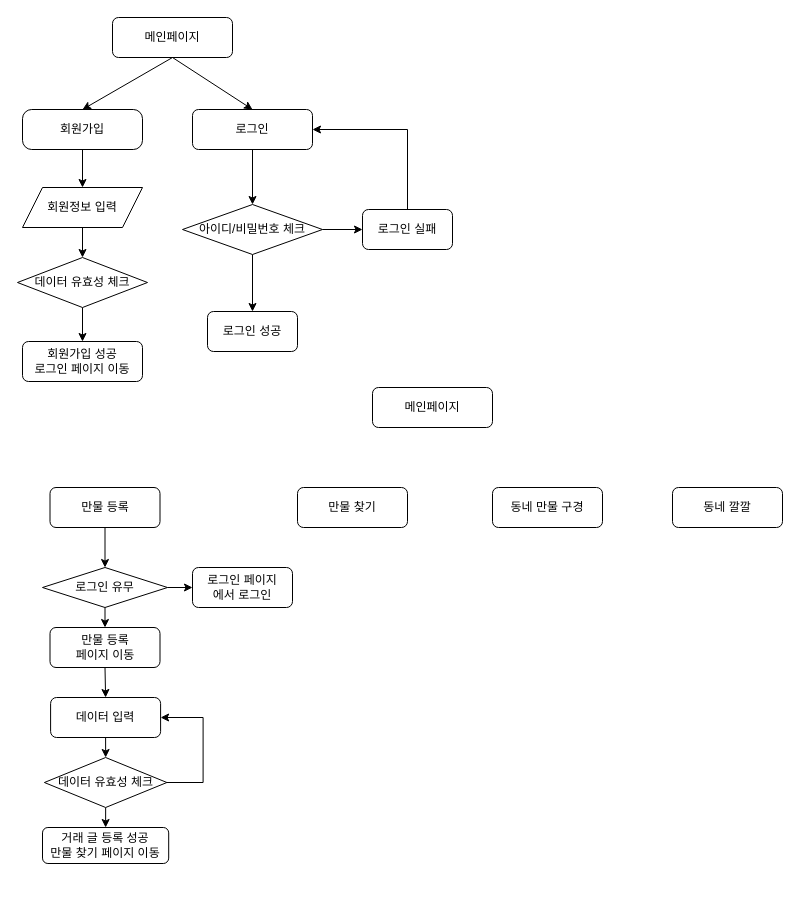
Before: Untitled Diagram.drawio in HeaJunjju/test, a draw.io diagram. Source tidied: cells renumbered, new cells numbered last; positions are measured from the earlier drawing's top-left corner, leaving out a move shared by most shapes. Both pictures are drawn from the tidied source at 100%, with x=0, y=0 at pixel (17, 17).
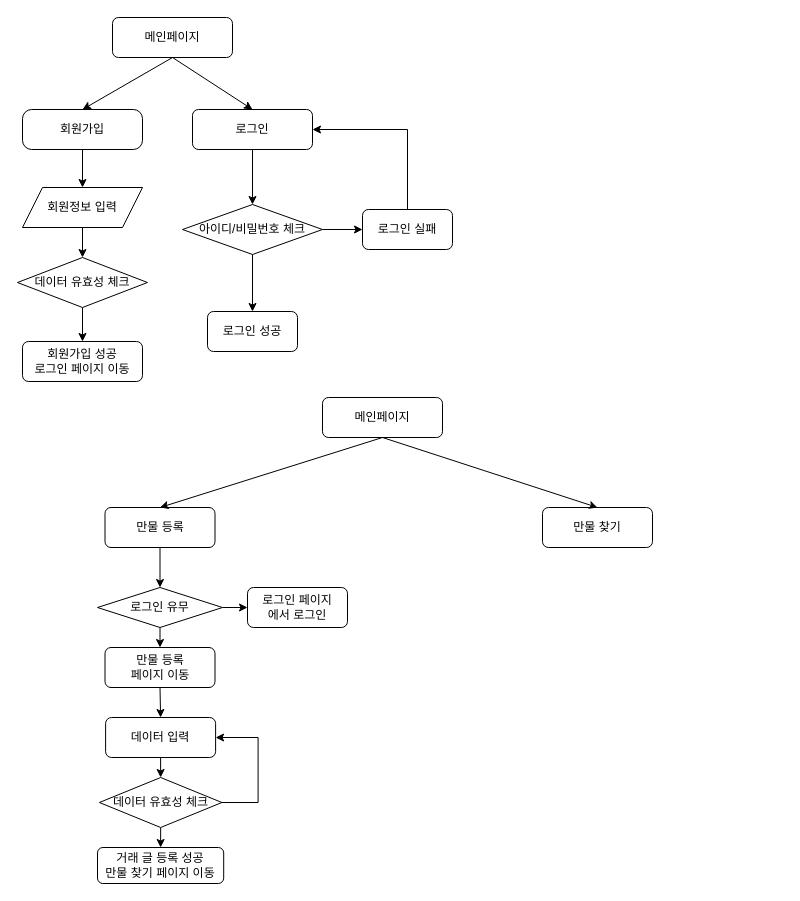
Above is the later version.

What changed in the source:
```diff
@@
     <mxCell id="21" value="만물 등록" style="rounded=1;whiteSpace=wrap;html=1;" parent="1" vertex="1">
-      <mxGeometry x="32.5" y="470" width="110" height="40" as="geometry" />
+      <mxGeometry x="87.5" y="490" width="110" height="40" as="geometry" />
     </mxCell>
     <mxCell id="22" value="만물 찾기" style="rounded=1;whiteSpace=wrap;html=1;" parent="1" vertex="1">
-      <mxGeometry x="280" y="470" width="110" height="40" as="geometry" />
+      <mxGeometry x="525" y="490" width="110" height="40" as="geometry" />
     </mxCell>
+    <mxCell id="38" style="edgeStyle=none;rounded=0;jettySize=auto;html=1;exitX=0.5;exitY=1;exitDx=0;exitDy=0;entryX=0.5;entryY=0;entryDx=0;entryDy=0;" parent="1" edge="1" source="23" target="21">
+      <mxGeometry relative="1" as="geometry" />
+    </mxCell>
+    <mxCell id="39" style="edgeStyle=none;rounded=0;jettySize=auto;html=1;entryX=0.5;entryY=0;entryDx=0;entryDy=0;exitX=0.5;exitY=1;exitDx=0;exitDy=0;" parent="1" edge="1" source="23" target="22">
+      <mxGeometry relative="1" as="geometry" />
+    </mxCell>
     <mxCell id="23" value="메인페이지" style="rounded=1;whiteSpace=wrap;html=1;fontSize=12;glass=0;strokeWidth=1;shadow=0;" parent="1" vertex="1">
-      <mxGeometry x="355" y="370" width="120" height="40" as="geometry" />
+      <mxGeometry x="305" y="380" width="120" height="40" as="geometry" />
     </mxCell>
-    <mxCell id="24" value="동네 만물 구경" style="rounded=1;whiteSpace=wrap;html=1;" parent="1" vertex="1">
-      <mxGeometry x="475" y="470" width="110" height="40" as="geometry" />
-    </mxCell>
-    <mxCell id="25" value="동네 깔깔" style="rounded=1;whiteSpace=wrap;html=1;" parent="1" vertex="1">
-      <mxGeometry x="655" y="470" width="110" height="40" as="geometry" />
-    </mxCell>
@@
     <mxCell id="28" value="로그인 유무" style="rhombus;whiteSpace=wrap;html=1;" parent="1" vertex="1">
-      <mxGeometry x="25" y="550" width="125" height="40" as="geometry" />
+      <mxGeometry x="80" y="570" width="125" height="40" as="geometry" />
     </mxCell>
@@
     <mxCell id="30" value="만물 등록 &lt;br&gt;페이지 이동" style="rounded=1;whiteSpace=wrap;html=1;" parent="1" vertex="1">
-      <mxGeometry x="32.5" y="610" width="110" height="40" as="geometry" />
+      <mxGeometry x="87.5" y="630" width="110" height="40" as="geometry" />
     </mxCell>
     <mxCell id="31" value="로그인 페이지&lt;br&gt;에서 로그인" style="rounded=1;whiteSpace=wrap;html=1;" parent="1" vertex="1">
-      <mxGeometry x="175" y="550" width="100" height="40" as="geometry" />
+      <mxGeometry x="230" y="570" width="100" height="40" as="geometry" />
     </mxCell>
@@
     <mxCell id="33" style="edgeStyle=none;rounded=0;jettySize=auto;html=1;exitX=1;exitY=0.5;exitDx=0;exitDy=0;entryX=1;entryY=0.5;entryDx=0;entryDy=0;" parent="1" edge="1" source="34" target="37">
       <mxGeometry relative="1" as="geometry">
         <Array as="points">
-          <mxPoint x="185.6" y="765" />
-          <mxPoint x="185.6" y="700" />
+          <mxPoint x="240.6" y="785" />
+          <mxPoint x="240.6" y="720" />
         </Array>
       </mxGeometry>
     </mxCell>
     <mxCell id="34" value="데이터 유효성 체크" style="rhombus;whiteSpace=wrap;html=1;" parent="1" vertex="1">
-      <mxGeometry x="26.9" y="740" width="122.5" height="50" as="geometry" />
+      <mxGeometry x="81.9" y="760" width="122.5" height="50" as="geometry" />
     </mxCell>
     <mxCell id="35" value="거래 글 등록 성공&lt;br&gt;만물 찾기 페이지 이동" style="rounded=1;whiteSpace=wrap;html=1;" parent="1" vertex="1">
-      <mxGeometry x="25" y="810" width="126.2" height="36" as="geometry" />
+      <mxGeometry x="80" y="830" width="126.2" height="36" as="geometry" />
     </mxCell>
@@
     <mxCell id="37" value="데이터 입력" style="rounded=1;whiteSpace=wrap;html=1;" parent="1" vertex="1">
-      <mxGeometry x="33.1" y="680" width="110" height="40" as="geometry" />
+      <mxGeometry x="88.1" y="700" width="110" height="40" as="geometry" />
     </mxCell>
```
